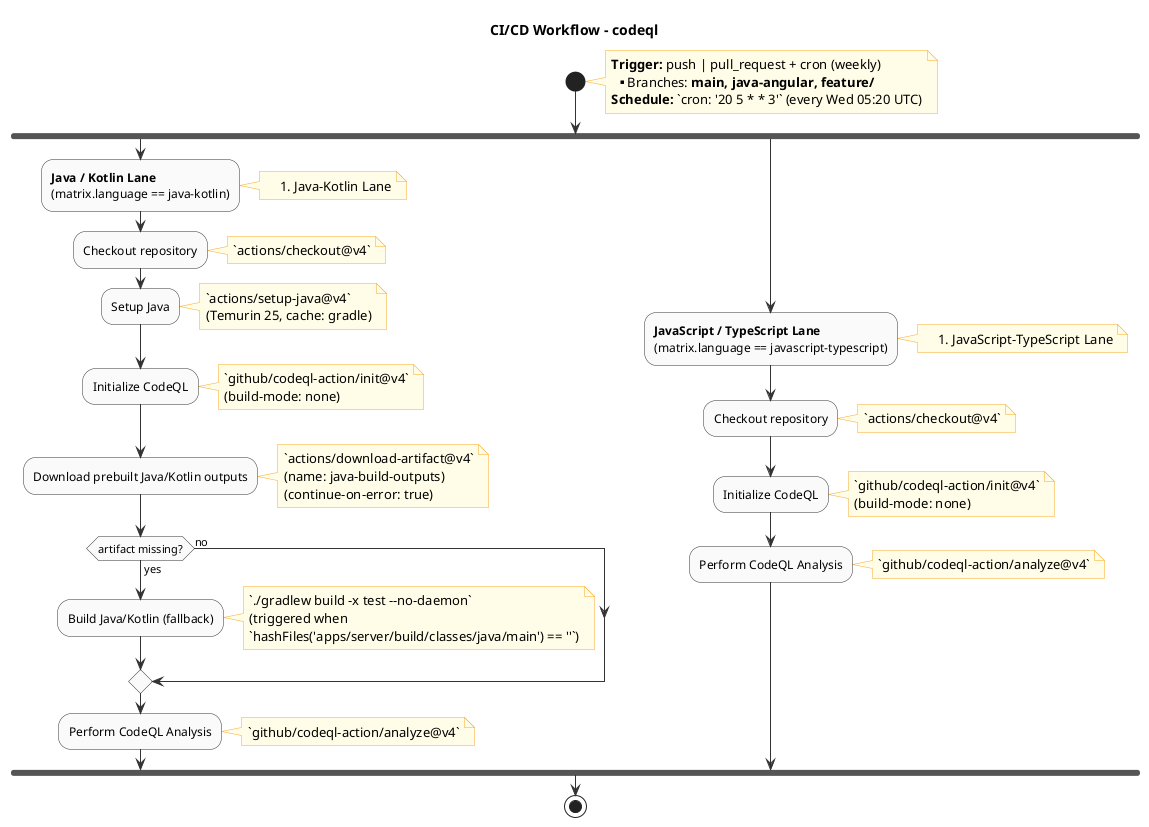
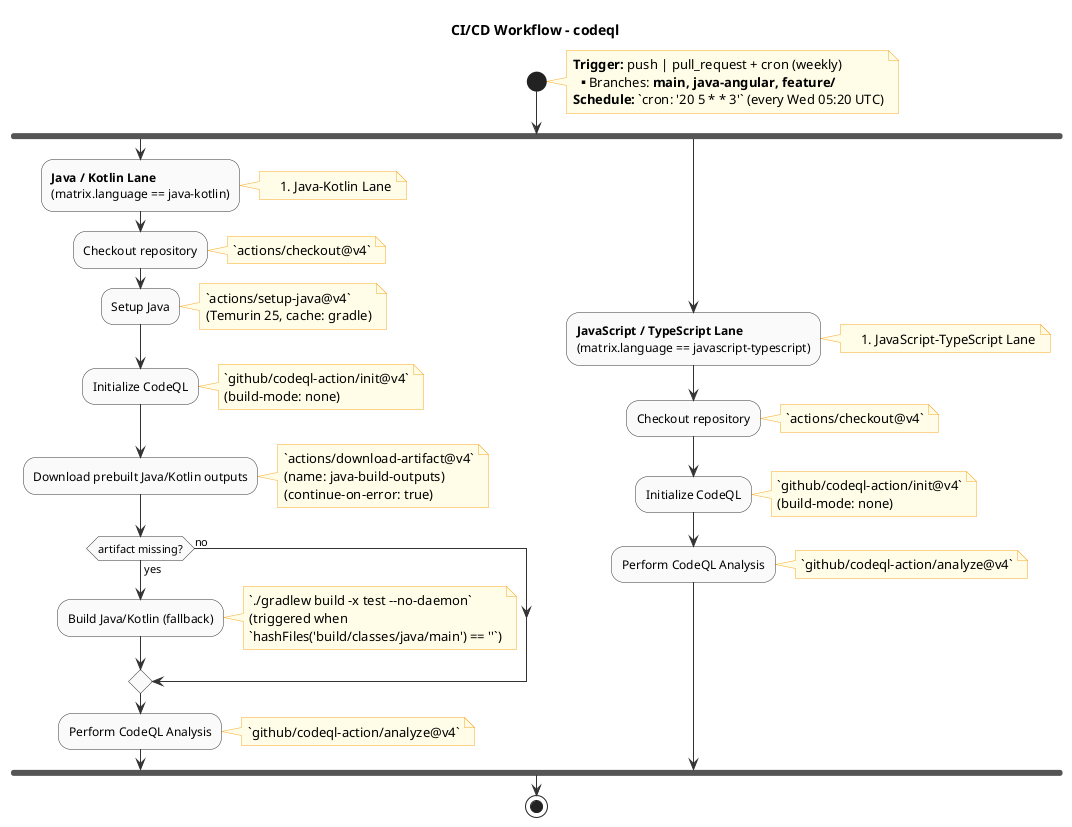
@startuml cicd-codeql
!pragma activityFlow
skinparam activityBackgroundColor #FAFAFA
skinparam activityBorderColor #333333
skinparam arrowColor #333333
skinparam noteBackgroundColor #FFFDE7
skinparam noteBorderColor #F9A825
skinparam packageStyle rectangle

title CI/CD Workflow - codeql

|#orange|**Workflow: codeql.yml**|
start
note right
**Trigger:** push | pull_request + cron (weekly)
**Branches:** main, java-angular, feature/**
**Schedule:** `cron: '20 5 * * 3'` (every Wed 05:20 UTC)
end note

fork
  :**Java / Kotlin Lane**
  (matrix.language == java-kotlin);
  note right: ## Java-Kotlin Lane

  :Checkout repository;
  note right: `actions/checkout@v4`

  :Setup Java;
  note right
  `actions/setup-java@v4`
  (Temurin 25, cache: gradle)
  end note

  :Initialize CodeQL;
  note right
  `github/codeql-action/init@v4`
  (build-mode: none)
  end note

  :Download prebuilt Java/Kotlin outputs;
  note right
  `actions/download-artifact@v4`
  (name: java-build-outputs)
  (continue-on-error: true)
  end note

  if (artifact missing?) then (yes)
    :Build Java/Kotlin (fallback);
    note right
    `./gradlew build -x test --no-daemon`
    (triggered when
-     `hashFiles('apps/server/build/classes/java/main') == ''`)
+     `hashFiles('build/classes/java/main') == ''`)
    end note
  else (no)
  endif

  :Perform CodeQL Analysis;
  note right: `github/codeql-action/analyze@v4`

fork again
  :**JavaScript / TypeScript Lane**
  (matrix.language == javascript-typescript);
  note right: ## JavaScript-TypeScript Lane

  :Checkout repository;
  note right: `actions/checkout@v4`

  :Initialize CodeQL;
  note right
  `github/codeql-action/init@v4`
  (build-mode: none)
  end note

  :Perform CodeQL Analysis;
  note right: `github/codeql-action/analyze@v4`
end fork

stop

@enduml
